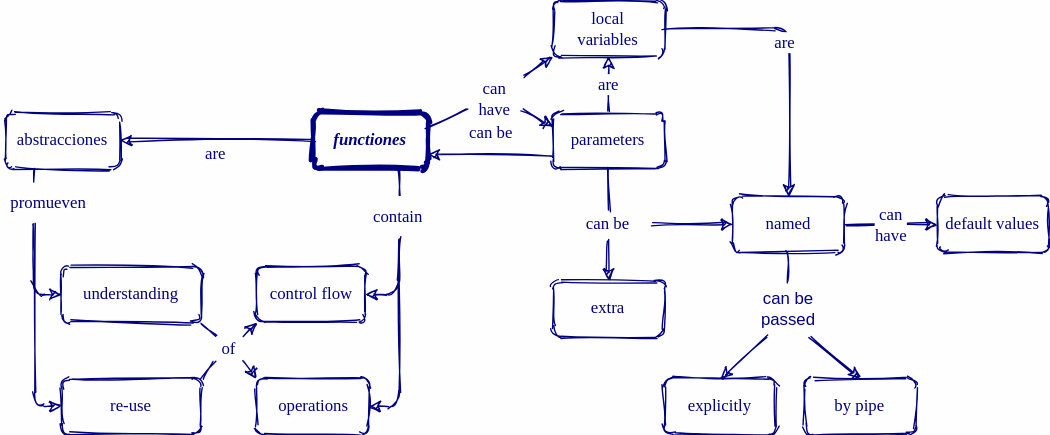
The draw.io diagram es/functions.svg in rstudio/concept-maps, before a commit. Source tidied: cells renumbered, new cells last; positions are measured from the earlier drawing's top-left corner, leaving out a move shared by most shapes.
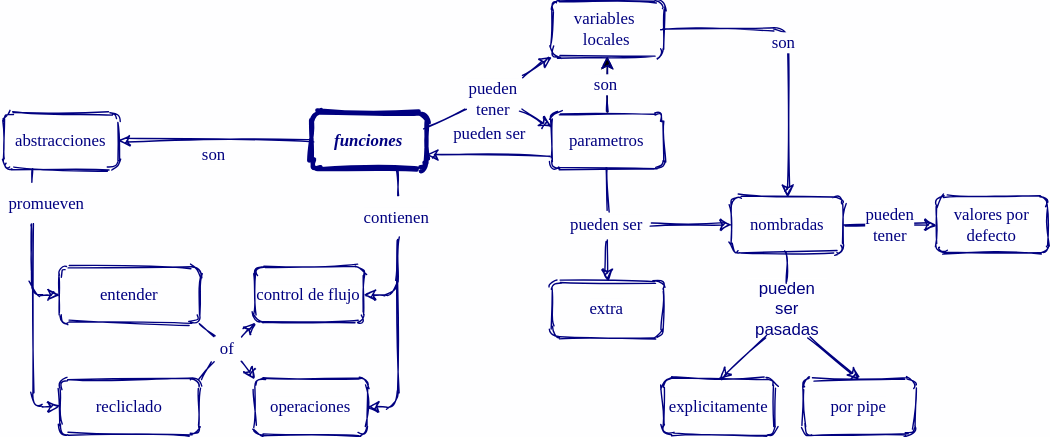
Later version of the same file.

Commit message:
Traducción al español functions.svg

What changed in the source:
```diff
@@ -2,25 +2,28 @@
   <root>
     <mxCell id="0" />
     <mxCell id="1" parent="0" />
-    <mxCell id="2" value="&lt;font style=&quot;font-size: 12px&quot;&gt;&lt;i&gt;&lt;b&gt;functiones&lt;/b&gt;&lt;/i&gt;&lt;/font&gt;" style="whiteSpace=wrap;html=1;shadow=0;comic=0;strokeWidth=3;fontSize=12;align=center;fillColor=none;fontFamily=Verdana;strokeColor=#000080;labelBackgroundColor=#FEFEFF;rounded=1;sketch=1;fontColor=#000080;" parent="1" vertex="1">
+    <mxCell id="2" value="&lt;font style=&quot;font-size: 12px&quot;&gt;&lt;i&gt;&lt;b&gt;funciones&lt;/b&gt;&lt;/i&gt;&lt;/font&gt;" style="whiteSpace=wrap;html=1;shadow=0;comic=0;strokeWidth=3;fontSize=12;align=center;fillColor=none;fontFamily=Verdana;strokeColor=#000080;labelBackgroundColor=#FEFEFF;rounded=1;sketch=1;fontColor=#000080;" parent="1" vertex="1">
       <mxGeometry x="220" y="80" width="82" height="40" as="geometry" />
     </mxCell>
-    <mxCell id="3" value="&lt;font style=&quot;font-size: 12px;&quot;&gt;control flow&lt;/font&gt;" style="whiteSpace=wrap;html=1;shadow=0;comic=0;strokeWidth=1;fontSize=12;align=center;fillColor=none;fontFamily=Verdana;strokeColor=#000080;labelBackgroundColor=#FEFEFF;rounded=1;sketch=1;fontColor=#000080;" parent="1" vertex="1">
+    <mxCell id="3" value="&lt;font style=&quot;font-size: 12px&quot;&gt;control de flujo&lt;/font&gt;" style="whiteSpace=wrap;html=1;shadow=0;comic=0;strokeWidth=1;fontSize=12;align=center;fillColor=none;fontFamily=Verdana;strokeColor=#000080;labelBackgroundColor=#FEFEFF;rounded=1;sketch=1;fontColor=#000080;" parent="1" vertex="1">
       <mxGeometry x="179.5" y="190" width="78" height="40" as="geometry" />
     </mxCell>
-    <mxCell id="4" value="&lt;font style=&quot;font-size: 12px;&quot;&gt;operations&lt;/font&gt;" style="whiteSpace=wrap;html=1;shadow=0;comic=0;strokeWidth=1;fontSize=12;align=center;fillColor=none;fontFamily=Verdana;strokeColor=#000080;labelBackgroundColor=#FEFEFF;rounded=1;sketch=1;fontColor=#000080;" parent="1" vertex="1">
+    <mxCell id="4" value="&lt;font style=&quot;font-size: 12px&quot;&gt;operaciones&lt;/font&gt;" style="whiteSpace=wrap;html=1;shadow=0;comic=0;strokeWidth=1;fontSize=12;align=center;fillColor=none;fontFamily=Verdana;strokeColor=#000080;labelBackgroundColor=#FEFEFF;rounded=1;sketch=1;fontColor=#000080;" parent="1" vertex="1">
       <mxGeometry x="179.5" y="270" width="80.5" height="40" as="geometry" />
     </mxCell>
     <mxCell id="5" style="edgeStyle=none;html=1;exitX=0.5;exitY=1;shadow=0;startArrow=none;startFill=0;endArrow=none;endFill=0;jettySize=auto;strokeWidth=1;fontFamily=Verdana;fontSize=12;align=center;strokeColor=#000080;labelBackgroundColor=#FEFEFF;exitDx=0;exitDy=0;entryX=0.5;entryY=0;entryDx=0;entryDy=0;sketch=1;fontColor=#000080;" parent="1" edge="1" source="6" target="12">
       <mxGeometry relative="1" as="geometry" />
     </mxCell>
+    <mxCell id="45" style="edgeStyle=orthogonalEdgeStyle;rounded=0;jettySize=auto;html=1;" parent="1" edge="1" source="6" target="26">
+      <mxGeometry relative="1" as="geometry" />
+    </mxCell>
-    <mxCell id="6" value="&lt;font style=&quot;font-size: 12px;&quot;&gt;parameters&lt;/font&gt;" style="whiteSpace=wrap;html=1;shadow=0;comic=0;strokeWidth=1;fontSize=12;align=center;fillColor=none;fontFamily=Verdana;strokeColor=#000080;labelBackgroundColor=#FEFEFF;rounded=1;sketch=1;fontColor=#000080;" parent="1" vertex="1">
+    <mxCell id="6" value="&lt;font style=&quot;font-size: 12px&quot;&gt;parametros&lt;/font&gt;" style="whiteSpace=wrap;html=1;shadow=0;comic=0;strokeWidth=1;fontSize=12;align=center;fillColor=none;fontFamily=Verdana;strokeColor=#000080;labelBackgroundColor=#FEFEFF;rounded=1;sketch=1;fontColor=#000080;" parent="1" vertex="1">
       <mxGeometry x="391.2" y="80" width="80" height="40" as="geometry" />
     </mxCell>
-    <mxCell id="7" value="can be" style="edgeStyle=none;html=1;entryX=0;entryY=0.75;shadow=0;startArrow=classic;startFill=1;endArrow=none;endFill=0;jettySize=auto;strokeWidth=1;fontFamily=Verdana;fontSize=12;align=center;strokeColor=#000080;labelBackgroundColor=#FEFEFF;sketch=1;fontColor=#000080;exitX=1;exitY=0.75;exitDx=0;exitDy=0;entryDx=0;entryDy=0;" parent="1" edge="1" source="2" target="6">
+    <mxCell id="7" value="pueden ser" style="edgeStyle=none;html=1;entryX=0;entryY=0.75;shadow=0;startArrow=classic;startFill=1;endArrow=none;endFill=0;jettySize=auto;strokeWidth=1;fontFamily=Verdana;fontSize=12;align=center;strokeColor=#000080;labelBackgroundColor=#FEFEFF;sketch=1;fontColor=#000080;exitX=1;exitY=0.75;exitDx=0;exitDy=0;entryDx=0;entryDy=0;" parent="1" edge="1" source="2" target="6">
       <mxGeometry x="0.01" y="15" relative="1" as="geometry" />
     </mxCell>
-    <mxCell id="8" value="&lt;font style=&quot;font-size: 12px;&quot;&gt;named&lt;/font&gt;" style="whiteSpace=wrap;html=1;shadow=0;comic=0;strokeWidth=1;fontSize=12;align=center;fillColor=none;fontFamily=Verdana;strokeColor=#000080;labelBackgroundColor=#FEFEFF;rounded=1;sketch=1;fontColor=#000080;" parent="1" vertex="1">
+    <mxCell id="8" value="&lt;font style=&quot;font-size: 12px&quot;&gt;nombradas&lt;/font&gt;" style="whiteSpace=wrap;html=1;shadow=0;comic=0;strokeWidth=1;fontSize=12;align=center;fillColor=none;fontFamily=Verdana;strokeColor=#000080;labelBackgroundColor=#FEFEFF;rounded=1;sketch=1;fontColor=#000080;" parent="1" vertex="1">
       <mxGeometry x="520" y="140" width="80" height="40" as="geometry" />
     </mxCell>
     <mxCell id="9" value="extra" style="whiteSpace=wrap;html=1;shadow=0;comic=0;strokeWidth=1;fontSize=12;align=center;fillColor=none;fontFamily=Verdana;strokeColor=#000080;labelBackgroundColor=#FEFEFF;rounded=1;sketch=1;fontColor=#000080;" parent="1" vertex="1">
@@ -32,34 +35,34 @@
     <mxCell id="11" style="edgeStyle=none;html=1;exitX=0.5;exitY=1;entryX=0.5;entryY=0;shadow=0;startArrow=none;startFill=0;endArrow=classic;endFill=1;jettySize=auto;strokeWidth=1;fontFamily=Verdana;fontSize=12;align=center;strokeColor=#000080;labelBackgroundColor=#FEFEFF;entryDx=0;entryDy=0;exitDx=0;exitDy=0;sketch=1;fontColor=#000080;" parent="1" edge="1" source="12" target="9">
       <mxGeometry relative="1" as="geometry" />
     </mxCell>
-    <mxCell id="12" value="can be" style="text;html=1;fillColor=none;align=center;verticalAlign=middle;whiteSpace=wrap;shadow=0;comic=0;fontFamily=Verdana;fontSize=12;labelBackgroundColor=#FEFEFF;rounded=1;sketch=1;fontColor=#000080;" parent="1" vertex="1">
+    <mxCell id="12" value="pueden ser" style="text;html=1;fillColor=none;align=center;verticalAlign=middle;whiteSpace=wrap;shadow=0;comic=0;fontFamily=Verdana;fontSize=12;labelBackgroundColor=#FEFEFF;rounded=1;sketch=1;fontColor=#000080;" parent="1" vertex="1">
       <mxGeometry x="401.2" y="150" width="60" height="20" as="geometry" />
     </mxCell>
-    <mxCell id="13" value="can&lt;br style=&quot;font-size: 12px;&quot;&gt;have" style="edgeStyle=none;html=1;exitX=1;exitY=0.5;entryX=0;entryY=0.5;shadow=0;startArrow=none;startFill=0;endArrow=classic;endFill=1;jettySize=auto;strokeWidth=1;fontFamily=Verdana;fontSize=12;align=center;strokeColor=#000080;labelBackgroundColor=#FEFEFF;exitDx=0;exitDy=0;entryDx=0;entryDy=0;sketch=1;fontColor=#000080;" parent="1" edge="1" source="8" target="14">
+    <mxCell id="13" value="pueden&lt;br&gt;tener" style="edgeStyle=none;html=1;exitX=1;exitY=0.5;entryX=0;entryY=0.5;shadow=0;startArrow=none;startFill=0;endArrow=classic;endFill=1;jettySize=auto;strokeWidth=1;fontFamily=Verdana;fontSize=12;align=center;strokeColor=#000080;labelBackgroundColor=#FEFEFF;exitDx=0;exitDy=0;entryDx=0;entryDy=0;sketch=1;fontColor=#000080;" parent="1" edge="1" source="8" target="14">
       <mxGeometry relative="1" as="geometry" />
     </mxCell>
-    <mxCell id="14" value="&lt;font style=&quot;font-size: 12px ; background-color: rgb(254 , 254 , 255)&quot;&gt;default values&lt;/font&gt;" style="whiteSpace=wrap;html=1;shadow=0;comic=0;strokeWidth=1;fontSize=12;align=center;fillColor=none;fontFamily=Verdana;strokeColor=#000080;labelBackgroundColor=#FEFEFF;rounded=1;sketch=1;fontColor=#000080;" parent="1" vertex="1">
+    <mxCell id="14" value="&lt;font style=&quot;font-size: 12px ; background-color: rgb(254 , 254 , 255)&quot;&gt;valores por&lt;br&gt;defecto&lt;br&gt;&lt;/font&gt;" style="whiteSpace=wrap;html=1;shadow=0;comic=0;strokeWidth=1;fontSize=12;align=center;fillColor=none;fontFamily=Verdana;strokeColor=#000080;labelBackgroundColor=#FEFEFF;rounded=1;sketch=1;fontColor=#000080;" parent="1" vertex="1">
       <mxGeometry x="666.2" y="140" width="80" height="40" as="geometry" />
     </mxCell>
     <mxCell id="15" value="&lt;font style=&quot;font-size: 12px&quot;&gt;abstracciones&lt;/font&gt;" style="whiteSpace=wrap;html=1;shadow=0;comic=0;strokeWidth=1;fontSize=12;align=center;fillColor=none;fontFamily=Verdana;strokeColor=#000080;labelBackgroundColor=#FEFEFF;rounded=1;sketch=1;fontColor=#000080;" parent="1" vertex="1">
       <mxGeometry y="80" width="82" height="40" as="geometry" />
     </mxCell>
-    <mxCell id="16" value="are" style="edgeStyle=none;html=1;exitX=0;exitY=0.5;shadow=0;startArrow=none;startFill=0;endArrow=classic;endFill=1;jettySize=auto;strokeWidth=1;fontFamily=Verdana;fontSize=12;align=center;strokeColor=#000080;labelBackgroundColor=#FEFEFF;exitDx=0;exitDy=0;sketch=1;fontColor=#000080;entryX=1;entryY=0.5;entryDx=0;entryDy=0;" parent="1" edge="1" source="2" target="15">
+    <mxCell id="16" value="son" style="edgeStyle=none;html=1;exitX=0;exitY=0.5;shadow=0;startArrow=none;startFill=0;endArrow=classic;endFill=1;jettySize=auto;strokeWidth=1;fontFamily=Verdana;fontSize=12;align=center;strokeColor=#000080;labelBackgroundColor=#FEFEFF;exitDx=0;exitDy=0;sketch=1;fontColor=#000080;entryX=1;entryY=0.5;entryDx=0;entryDy=0;" parent="1" edge="1" source="2" target="15">
       <mxGeometry x="0.01" y="10" relative="1" as="geometry" />
     </mxCell>
-    <mxCell id="17" value="&lt;font style=&quot;font-size: 12px&quot;&gt;understanding&lt;/font&gt;" style="whiteSpace=wrap;html=1;shadow=0;comic=0;strokeWidth=1;fontSize=12;align=center;fillColor=none;fontFamily=Verdana;strokeColor=#000080;labelBackgroundColor=#FEFEFF;rounded=1;sketch=1;fontColor=#000080;" parent="1" vertex="1">
+    <mxCell id="17" value="&lt;font style=&quot;font-size: 12px&quot;&gt;entender&lt;/font&gt;" style="whiteSpace=wrap;html=1;shadow=0;comic=0;strokeWidth=1;fontSize=12;align=center;fillColor=none;fontFamily=Verdana;strokeColor=#000080;labelBackgroundColor=#FEFEFF;rounded=1;sketch=1;fontColor=#000080;" parent="1" vertex="1">
       <mxGeometry x="40" y="190" width="100" height="40" as="geometry" />
     </mxCell>
-    <mxCell id="18" value="&lt;font style=&quot;font-size: 12px;&quot;&gt;re-use&lt;/font&gt;" style="whiteSpace=wrap;html=1;shadow=0;comic=0;strokeWidth=1;fontSize=12;align=center;fillColor=none;fontFamily=Verdana;strokeColor=#000080;labelBackgroundColor=#FEFEFF;rounded=1;sketch=1;fontColor=#000080;" parent="1" vertex="1">
+    <mxCell id="18" value="&lt;font style=&quot;font-size: 12px&quot;&gt;recliclado&lt;/font&gt;" style="whiteSpace=wrap;html=1;shadow=0;comic=0;strokeWidth=1;fontSize=12;align=center;fillColor=none;fontFamily=Verdana;strokeColor=#000080;labelBackgroundColor=#FEFEFF;rounded=1;sketch=1;fontColor=#000080;" parent="1" vertex="1">
       <mxGeometry x="40" y="270" width="100" height="40" as="geometry" />
     </mxCell>
-    <mxCell id="19" value="can be&lt;br&gt;passed" style="text;html=1;strokeColor=none;fillColor=none;align=center;verticalAlign=middle;whiteSpace=wrap;labelBackgroundColor=#FEFEFF;rounded=1;sketch=1;fontSize=12;fontColor=#000080;" parent="1" vertex="1">
+    <mxCell id="19" value="pueden ser pasadas" style="text;html=1;strokeColor=none;fillColor=none;align=center;verticalAlign=middle;whiteSpace=wrap;labelBackgroundColor=#FEFEFF;rounded=1;sketch=1;fontSize=12;fontColor=#000080;" parent="1" vertex="1">
       <mxGeometry x="530" y="200" width="60" height="40" as="geometry" />
     </mxCell>
-    <mxCell id="20" value="&lt;font style=&quot;font-size: 12px&quot;&gt;explicitly&lt;br style=&quot;font-size: 12px&quot;&gt;&lt;/font&gt;" style="whiteSpace=wrap;html=1;shadow=0;comic=0;strokeWidth=1;fontSize=12;align=center;fillColor=none;fontFamily=Verdana;strokeColor=#000080;labelBackgroundColor=#FEFEFF;rounded=1;sketch=1;fontColor=#000080;" parent="1" vertex="1">
+    <mxCell id="20" value="&lt;font style=&quot;font-size: 12px&quot;&gt;explicitamente&lt;br style=&quot;font-size: 12px&quot;&gt;&lt;/font&gt;" style="whiteSpace=wrap;html=1;shadow=0;comic=0;strokeWidth=1;fontSize=12;align=center;fillColor=none;fontFamily=Verdana;strokeColor=#000080;labelBackgroundColor=#FEFEFF;rounded=1;sketch=1;fontColor=#000080;" parent="1" vertex="1">
       <mxGeometry x="471.2" y="270" width="80" height="40" as="geometry" />
     </mxCell>
-    <mxCell id="21" value="&lt;font style=&quot;font-size: 12px&quot;&gt;by pipe&lt;br style=&quot;font-size: 12px&quot;&gt;&lt;/font&gt;" style="whiteSpace=wrap;html=1;shadow=0;comic=0;strokeWidth=1;fontSize=12;align=center;fillColor=none;fontFamily=Verdana;strokeColor=#000080;labelBackgroundColor=#FEFEFF;rounded=1;sketch=1;fontColor=#000080;" parent="1" vertex="1">
+    <mxCell id="21" value="&lt;font style=&quot;font-size: 12px&quot;&gt;por pipe&lt;br style=&quot;font-size: 12px&quot;&gt;&lt;/font&gt;" style="whiteSpace=wrap;html=1;shadow=0;comic=0;strokeWidth=1;fontSize=12;align=center;fillColor=none;fontFamily=Verdana;strokeColor=#000080;labelBackgroundColor=#FEFEFF;rounded=1;sketch=1;fontColor=#000080;" parent="1" vertex="1">
       <mxGeometry x="571.2" y="270" width="80" height="40" as="geometry" />
     </mxCell>
     <mxCell id="22" style="edgeStyle=none;html=1;exitX=0.25;exitY=1;shadow=0;startArrow=none;startFill=0;endArrow=classic;endFill=1;jettySize=auto;strokeWidth=1;fontFamily=Verdana;fontSize=12;align=center;strokeColor=#000080;labelBackgroundColor=#FEFEFF;exitDx=0;exitDy=0;sketch=1;fontColor=#000080;entryX=0.5;entryY=0;entryDx=0;entryDy=0;" parent="1" edge="1" source="19" target="20">
@@ -68,13 +71,13 @@
     <mxCell id="23" style="edgeStyle=none;html=1;exitX=0.75;exitY=1;shadow=0;startArrow=none;startFill=0;endArrow=classic;endFill=1;jettySize=auto;strokeWidth=1;fontFamily=Verdana;fontSize=12;align=center;strokeColor=#000080;labelBackgroundColor=#FEFEFF;exitDx=0;exitDy=0;entryX=0.5;entryY=0;entryDx=0;entryDy=0;sketch=1;fontColor=#000080;" parent="1" edge="1" source="19" target="21">
       <mxGeometry relative="1" as="geometry" />
     </mxCell>
-    <mxCell id="24" value="can&lt;br&gt;have" style="text;html=1;fillColor=none;align=center;verticalAlign=middle;whiteSpace=wrap;shadow=0;comic=0;fontFamily=Verdana;fontSize=12;labelBackgroundColor=#FEFEFF;rounded=1;sketch=1;fontColor=#000080;" parent="1" vertex="1">
+    <mxCell id="24" value="pueden tener" style="text;html=1;fillColor=none;align=center;verticalAlign=middle;whiteSpace=wrap;shadow=0;comic=0;fontFamily=Verdana;fontSize=12;labelBackgroundColor=#FEFEFF;rounded=1;sketch=1;fontColor=#000080;" parent="1" vertex="1">
       <mxGeometry x="330" y="55" width="40" height="30" as="geometry" />
     </mxCell>
     <mxCell id="25" style="edgeStyle=none;html=1;exitX=1;exitY=0.25;shadow=0;startArrow=none;startFill=0;endArrow=none;endFill=0;jettySize=auto;strokeWidth=1;fontFamily=Verdana;fontSize=12;align=center;strokeColor=#000080;labelBackgroundColor=#FEFEFF;exitDx=0;exitDy=0;entryX=0;entryY=0.75;entryDx=0;entryDy=0;sketch=1;fontColor=#000080;" parent="1" edge="1" source="2" target="24">
       <mxGeometry relative="1" as="geometry" />
     </mxCell>
-    <mxCell id="26" value="&lt;font style=&quot;font-size: 12px&quot;&gt;local&lt;br&gt;variables&lt;br&gt;&lt;/font&gt;" style="whiteSpace=wrap;html=1;shadow=0;comic=0;strokeWidth=1;fontSize=12;align=center;fillColor=none;fontFamily=Verdana;strokeColor=#000080;labelBackgroundColor=#FEFEFF;rounded=1;sketch=1;fontColor=#000080;" parent="1" vertex="1">
+    <mxCell id="26" value="&lt;font style=&quot;font-size: 12px&quot;&gt;variables&amp;nbsp;&lt;br&gt;locales&lt;br&gt;&lt;/font&gt;" style="whiteSpace=wrap;html=1;shadow=0;comic=0;strokeWidth=1;fontSize=12;align=center;fillColor=none;fontFamily=Verdana;strokeColor=#000080;labelBackgroundColor=#FEFEFF;rounded=1;sketch=1;fontColor=#000080;" parent="1" vertex="1">
       <mxGeometry x="391.2" width="80" height="40" as="geometry" />
     </mxCell>
     <mxCell id="27" style="edgeStyle=none;html=1;shadow=0;startArrow=none;startFill=0;endArrow=classic;endFill=1;jettySize=auto;strokeWidth=1;fontFamily=Verdana;fontSize=12;align=center;strokeColor=#000080;labelBackgroundColor=#FEFEFF;sketch=1;fontColor=#000080;entryX=0;entryY=1;entryDx=0;entryDy=0;exitX=1;exitY=0;exitDx=0;exitDy=0;" parent="1" edge="1" source="24" target="26">
@@ -83,8 +86,8 @@
     <mxCell id="28" style="edgeStyle=none;html=1;entryX=0;entryY=0.25;shadow=0;startArrow=none;startFill=0;endArrow=classic;endFill=1;jettySize=auto;strokeWidth=1;fontFamily=Verdana;fontSize=12;align=center;strokeColor=#000080;labelBackgroundColor=#FEFEFF;entryDx=0;entryDy=0;sketch=1;fontColor=#000080;exitX=1;exitY=0.75;exitDx=0;exitDy=0;" parent="1" edge="1" source="24" target="6">
       <mxGeometry relative="1" as="geometry" />
     </mxCell>
-    <mxCell id="29" value="are" style="edgeStyle=none;html=1;shadow=0;startArrow=none;startFill=0;endArrow=classic;endFill=1;jettySize=auto;strokeWidth=1;fontFamily=Verdana;fontSize=12;align=center;strokeColor=#000080;labelBackgroundColor=#FEFEFF;sketch=1;fontColor=#000080;exitX=0.5;exitY=0;exitDx=0;exitDy=0;entryX=0.5;entryY=1;entryDx=0;entryDy=0;" parent="1" edge="1" source="6" target="26">
-      <mxGeometry relative="1" as="geometry" />
+    <mxCell id="29" value="son" style="edgeStyle=none;html=1;shadow=0;startArrow=none;startFill=0;endArrow=classic;endFill=1;jettySize=auto;strokeWidth=1;fontFamily=Verdana;fontSize=12;align=center;strokeColor=#000080;labelBackgroundColor=#FEFEFF;sketch=1;fontColor=#000080;exitX=0.5;exitY=0;exitDx=0;exitDy=0;entryX=0.5;entryY=1;entryDx=0;entryDy=0;" parent="1" edge="1" source="6" target="26">
+      <mxGeometry y="1" relative="1" as="geometry" />
     </mxCell>
     <mxCell id="30" style="edgeStyle=none;html=1;shadow=0;startArrow=none;startFill=0;endArrow=classic;endFill=1;jettySize=auto;strokeWidth=1;fontFamily=Verdana;fontSize=12;align=center;strokeColor=#000080;labelBackgroundColor=#FEFEFF;sketch=1;fontColor=#000080;exitX=0.5;exitY=1;exitDx=0;exitDy=0;entryX=1;entryY=0.5;entryDx=0;entryDy=0;" parent="1" edge="1" source="31" target="4">
       <mxGeometry relative="1" as="geometry">
@@ -93,7 +96,7 @@
         </Array>
       </mxGeometry>
     </mxCell>
-    <mxCell id="31" value="contain" style="text;html=1;fillColor=none;align=center;verticalAlign=middle;whiteSpace=wrap;shadow=0;comic=0;fontFamily=Verdana;fontSize=12;labelBackgroundColor=#FEFEFF;rounded=1;sketch=1;fontColor=#000080;" parent="1" vertex="1">
+    <mxCell id="31" value="contienen" style="text;html=1;fillColor=none;align=center;verticalAlign=middle;whiteSpace=wrap;shadow=0;comic=0;fontFamily=Verdana;fontSize=12;labelBackgroundColor=#FEFEFF;rounded=1;sketch=1;fontColor=#000080;" parent="1" vertex="1">
       <mxGeometry x="260" y="140" width="42" height="30" as="geometry" />
     </mxCell>
     <mxCell id="32" style="edgeStyle=none;html=1;exitX=0.75;exitY=1;shadow=0;startArrow=none;startFill=0;endArrow=none;endFill=0;jettySize=auto;strokeWidth=1;fontFamily=Verdana;fontSize=12;align=center;strokeColor=#000080;labelBackgroundColor=#FEFEFF;exitDx=0;exitDy=0;sketch=1;fontColor=#000080;" parent="1" edge="1" source="2" target="31">
@@ -144,7 +147,7 @@
     <mxCell id="43" style="edgeStyle=none;html=1;exitX=1;exitY=0;entryX=0;entryY=1;shadow=0;startArrow=none;startFill=0;endArrow=classic;endFill=1;jettySize=auto;strokeWidth=1;fontFamily=Verdana;fontSize=12;align=center;strokeColor=#000080;labelBackgroundColor=#FEFEFF;entryDx=0;entryDy=0;exitDx=0;exitDy=0;sketch=1;fontColor=#000080;" parent="1" edge="1" source="39" target="3">
       <mxGeometry relative="1" as="geometry" />
     </mxCell>
-    <mxCell id="44" value="are" style="edgeStyle=none;html=1;shadow=0;startArrow=none;startFill=0;endArrow=classic;endFill=1;jettySize=auto;strokeWidth=1;fontFamily=Verdana;fontSize=12;align=center;strokeColor=#000080;labelBackgroundColor=#FEFEFF;sketch=1;fontColor=#000080;exitX=1;exitY=0.5;exitDx=0;exitDy=0;entryX=0.5;entryY=0;entryDx=0;entryDy=0;" parent="1" edge="1" source="26" target="8">
+    <mxCell id="44" value="son" style="edgeStyle=none;html=1;shadow=0;startArrow=none;startFill=0;endArrow=classic;endFill=1;jettySize=auto;strokeWidth=1;fontFamily=Verdana;fontSize=12;align=center;strokeColor=#000080;labelBackgroundColor=#FEFEFF;sketch=1;fontColor=#000080;exitX=1;exitY=0.5;exitDx=0;exitDy=0;entryX=0.5;entryY=0;entryDx=0;entryDy=0;" parent="1" edge="1" source="26" target="8">
       <mxGeometry x="-0.17" y="-10" relative="1" as="geometry">
         <Array as="points">
           <mxPoint x="560" y="20" />
```
